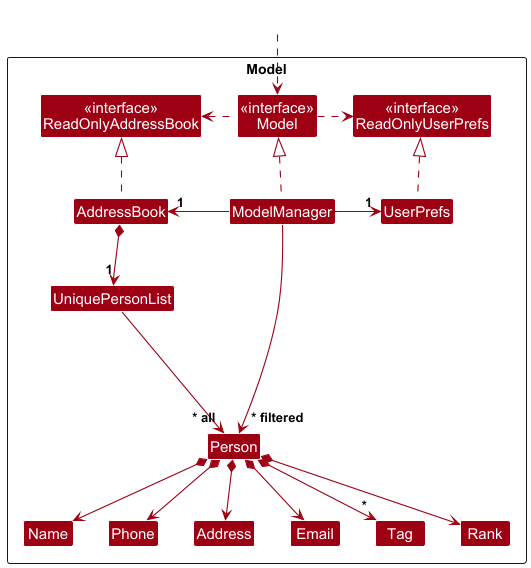
Earlier version of the PlantUML export docs/images/ModelClassDiagram.png (Dumboiroy/tp). The source it was exported from:
```plantuml
@startuml
!include style.puml
skinparam arrowThickness 1.1
skinparam arrowColor MODEL_COLOR
skinparam classBackgroundColor MODEL_COLOR

Package Model as ModelPackage <<Rectangle>>{
Class "<<interface>>\nReadOnlyAddressBook" as ReadOnlyAddressBook
Class "<<interface>>\nReadOnlyUserPrefs" as ReadOnlyUserPrefs
Class "<<interface>>\nModel" as Model
Class AddressBook
Class ModelManager
Class UserPrefs

Class UniquePersonList
Class Person
Class Address
Class Email
Class Name
Class Phone
Class Tag
Class Rank

Class I #FFFFFF
}

Class HiddenOutside #FFFFFF
HiddenOutside ..> Model

AddressBook .up.|> ReadOnlyAddressBook

ModelManager .up.|> Model
Model .right.> ReadOnlyUserPrefs
Model .left.> ReadOnlyAddressBook
ModelManager -left-> "1" AddressBook
ModelManager -right-> "1" UserPrefs
UserPrefs .up.|> ReadOnlyUserPrefs

AddressBook *--> "1" UniquePersonList
UniquePersonList --> "~* all" Person
Person *--> Name
Person *--> Phone
Person *--> Email
Person *--> Address
Person *--> "*" Tag
Person *--> Rank

Person -[hidden]up--> I
UniquePersonList -[hidden]right-> I

Name -[hidden]right-> Phone
Phone -[hidden]right-> Address
Address -[hidden]right-> Email

ModelManager --> "~* filtered" Person
@enduml
```
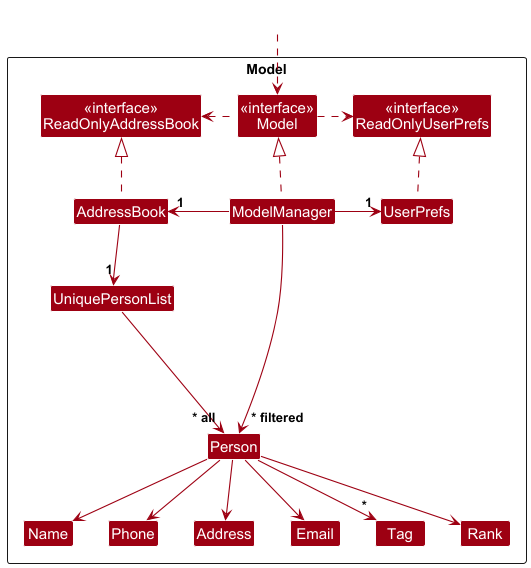
The same diagram one commit later.

The edit, as a diff of the source:
```diff
@@ -36,14 +36,14 @@
 ModelManager -right-> "1" UserPrefs
 UserPrefs .up.|> ReadOnlyUserPrefs
 
-AddressBook *--> "1" UniquePersonList
+AddressBook --> "1" UniquePersonList
 UniquePersonList --> "~* all" Person
-Person *--> Name
-Person *--> Phone
-Person *--> Email
-Person *--> Address
-Person *--> "*" Tag
-Person *--> Rank
+Person --> Name
+Person --> Phone
+Person --> Email
+Person --> Address
+Person --> "*" Tag
+Person --> Rank
 
 Person -[hidden]up--> I
 UniquePersonList -[hidden]right-> I
```
